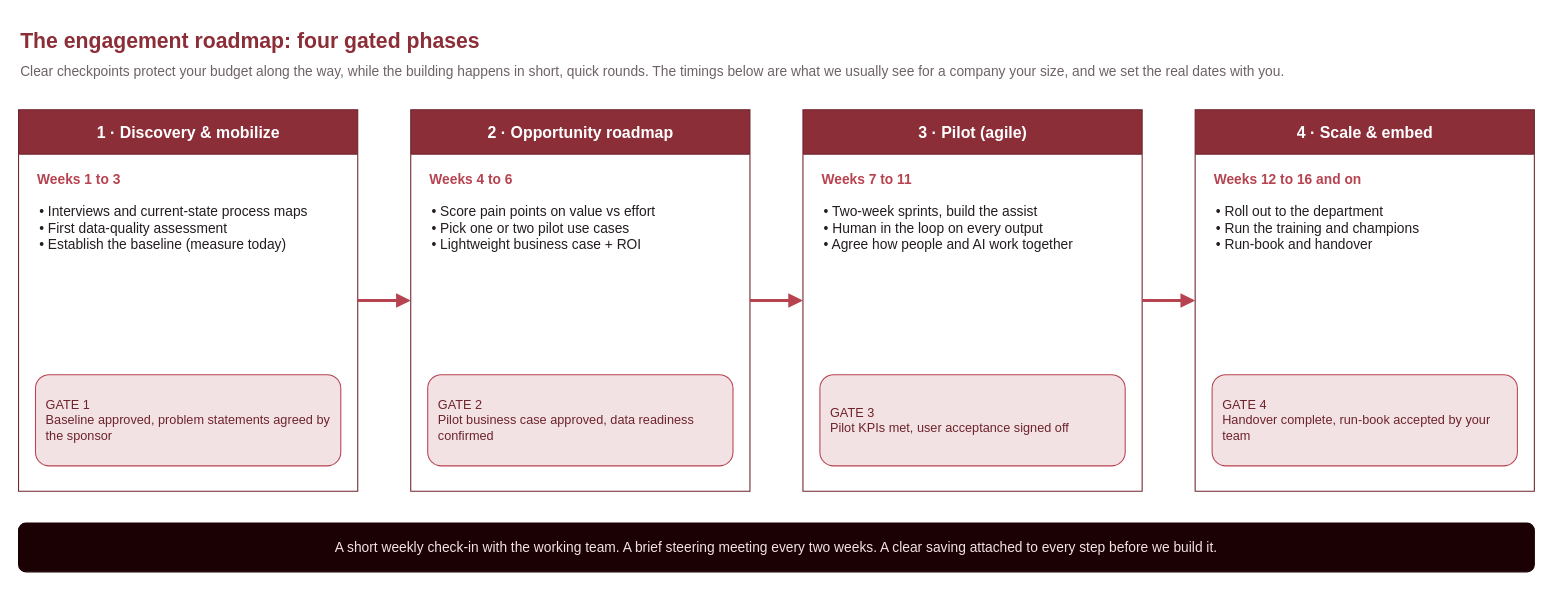
ademczuk/top-spirit-delivery keeps this draw.io diagram as diagrams/1-roadmap.drawio. Above is the earlier version. Source tidied: cells renumbered, new cells numbered last; positions are measured from the earlier drawing's top-left corner, leaving out a move shared by most shapes. Both pictures are drawn from the tidied source at 106%, with x=0, y=0 at pixel (18, 18).
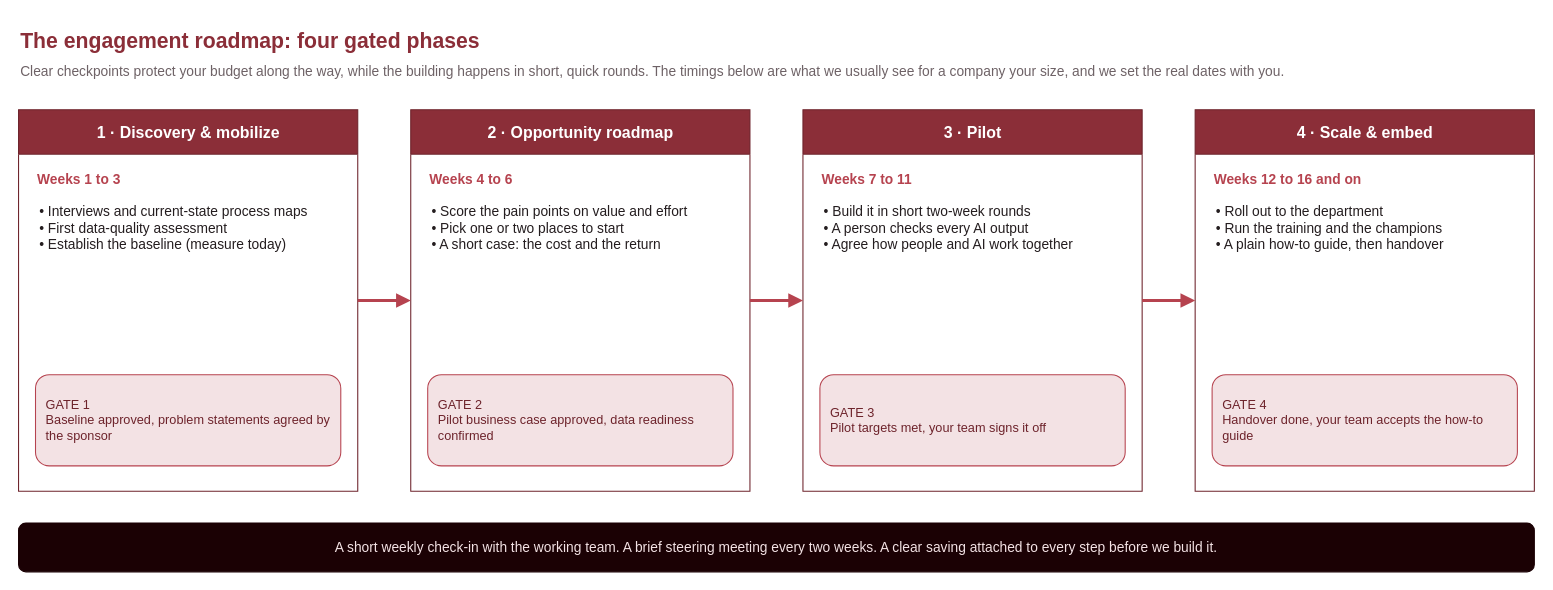
Above is the later version.

Commit message (it also covers changes not shown here):
Plain-language the roadmap diagram for the CEO

Drop the last mild tech terms from the phase-3 pilot column: agile,
sprints, human-in-the-loop, KPIs, run-book, user acceptance. Same
meaning in words a non-technical reader uses.

The change refers to these unchanged cells:
```xml
<mxCell id="8" value="2 · Opportunity roadmap" style="swimlane;html=1;startSize=42;fillColor=#8b2e38;swimlaneFillColor=#ffffff;strokeColor=#6d232b;fontColor=#ffffff;fontSize=15;fontStyle=1;align=center;" parent="1" vertex="1">
  <mxGeometry x="370" y="86" width="320" height="360" as="geometry" />
</mxCell>
<mxCell id="16" value="4 · Scale &amp; embed" style="swimlane;html=1;startSize=42;fillColor=#8b2e38;swimlaneFillColor=#ffffff;strokeColor=#6d232b;fontColor=#ffffff;fontSize=15;fontStyle=1;align=center;" parent="1" vertex="1">
  <mxGeometry x="1110" y="86" width="320" height="360" as="geometry" />
</mxCell>
```

Change to the diagram source:
```diff
@@
-    <mxCell id="10" value="• Score pain points on value vs effort&#10;• Pick one or two pilot use cases&#10;• Lightweight business case + ROI" style="text;html=1;align=left;verticalAlign=top;fontColor=#241d1f;fontSize=13;spacingLeft=2;" parent="8" vertex="1">
+    <mxCell id="10" value="• Score the pain points on value and effort&#10;• Pick one or two places to start&#10;• A short case: the cost and the return" style="text;html=1;align=left;verticalAlign=top;fontColor=#241d1f;fontSize=13;spacingLeft=2;" parent="8" vertex="1">
       <mxGeometry x="16" y="82" width="288" height="150" as="geometry" />
     </mxCell>
@@
-    <mxCell id="12" value="3 · Pilot (agile)" style="swimlane;html=1;startSize=42;fillColor=#8b2e38;swimlaneFillColor=#ffffff;strokeColor=#6d232b;fontColor=#ffffff;fontSize=15;fontStyle=1;align=center;" parent="1" vertex="1">
+    <mxCell id="12" value="3 · Pilot" style="swimlane;html=1;startSize=42;fillColor=#8b2e38;swimlaneFillColor=#ffffff;strokeColor=#6d232b;fontColor=#ffffff;fontSize=15;fontStyle=1;align=center;" parent="1" vertex="1">
       <mxGeometry x="740" y="86" width="320" height="360" as="geometry" />
     </mxCell>
@@
-    <mxCell id="14" value="• Two-week sprints, build the assist&#10;• Human in the loop on every output&#10;• Agree how people and AI work together" style="text;html=1;align=left;verticalAlign=top;fontColor=#241d1f;fontSize=13;spacingLeft=2;" parent="12" vertex="1">
+    <mxCell id="14" value="• Build it in short two-week rounds&#10;• A person checks every AI output&#10;• Agree how people and AI work together" style="text;html=1;align=left;verticalAlign=top;fontColor=#241d1f;fontSize=13;spacingLeft=2;" parent="12" vertex="1">
       <mxGeometry x="16" y="82" width="288" height="150" as="geometry" />
     </mxCell>
-    <mxCell id="15" value="GATE 3&#10;Pilot KPIs met, user acceptance signed off" style="rounded=1;html=1;whiteSpace=wrap;fillColor=#f3e2e4;strokeColor=#b6434f;fontColor=#6d232b;fontSize=12;align=left;spacingLeft=8;verticalAlign=middle;" parent="12" vertex="1">
+    <mxCell id="15" value="GATE 3&#10;Pilot targets met, your team signs it off" style="rounded=1;html=1;whiteSpace=wrap;fillColor=#f3e2e4;strokeColor=#b6434f;fontColor=#6d232b;fontSize=12;align=left;spacingLeft=8;verticalAlign=middle;" parent="12" vertex="1">
       <mxGeometry x="16" y="250" width="288" height="86" as="geometry" />
     </mxCell>
@@
-    <mxCell id="18" value="• Roll out to the department&#10;• Run the training and champions&#10;• Run-book and handover" style="text;html=1;align=left;verticalAlign=top;fontColor=#241d1f;fontSize=13;spacingLeft=2;" parent="16" vertex="1">
+    <mxCell id="18" value="• Roll out to the department&#10;• Run the training and the champions&#10;• A plain how-to guide, then handover" style="text;html=1;align=left;verticalAlign=top;fontColor=#241d1f;fontSize=13;spacingLeft=2;" parent="16" vertex="1">
       <mxGeometry x="16" y="82" width="288" height="150" as="geometry" />
     </mxCell>
-    <mxCell id="19" value="GATE 4&#10;Handover complete, run-book accepted by your team" style="rounded=1;html=1;whiteSpace=wrap;fillColor=#f3e2e4;strokeColor=#b6434f;fontColor=#6d232b;fontSize=12;align=left;spacingLeft=8;verticalAlign=middle;" parent="16" vertex="1">
+    <mxCell id="19" value="GATE 4&#10;Handover done, your team accepts the how-to guide" style="rounded=1;html=1;whiteSpace=wrap;fillColor=#f3e2e4;strokeColor=#b6434f;fontColor=#6d232b;fontSize=12;align=left;spacingLeft=8;verticalAlign=middle;" parent="16" vertex="1">
       <mxGeometry x="16" y="250" width="288" height="86" as="geometry" />
     </mxCell>
```
